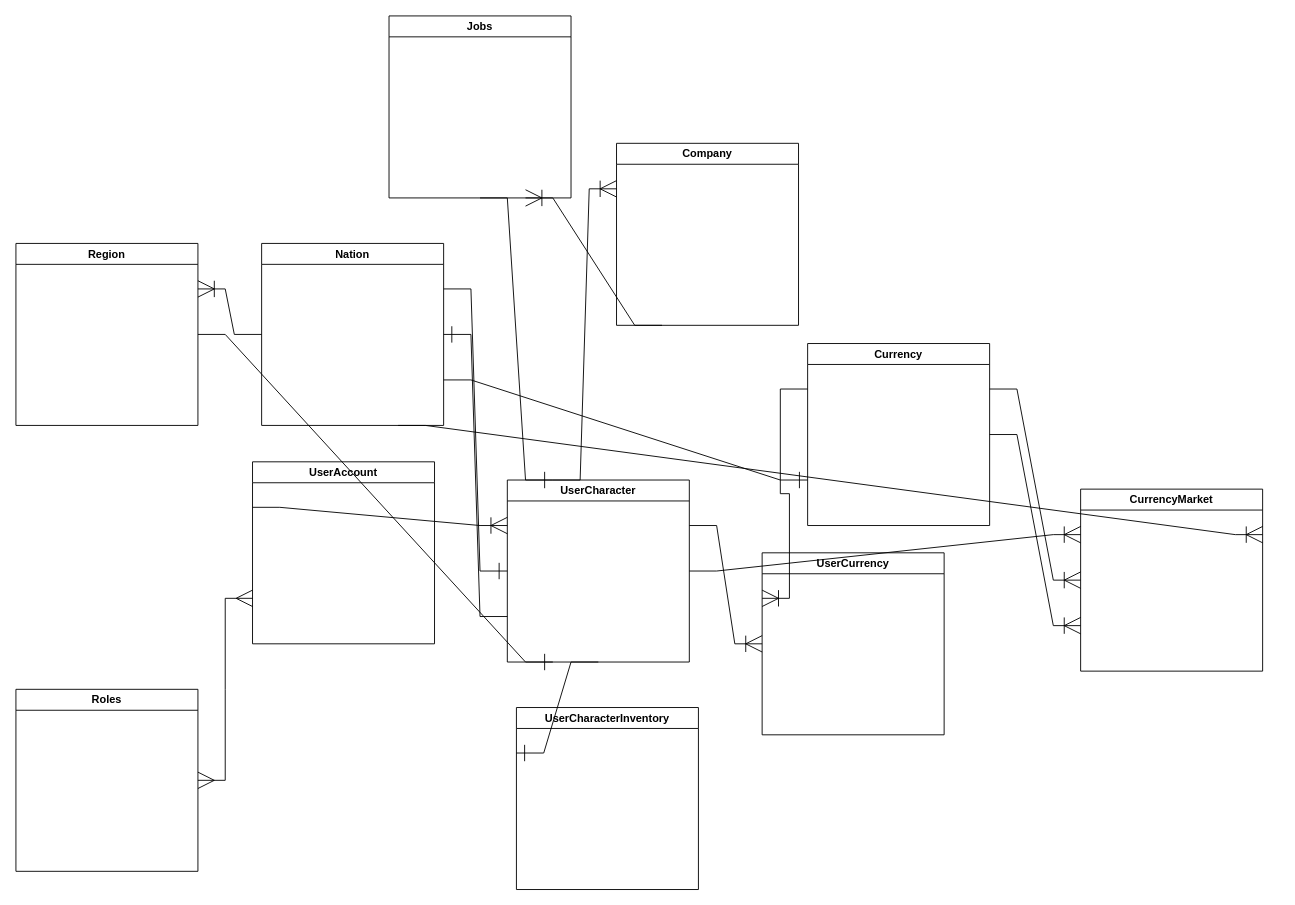
This is Docs/Database_scheme.drawio from lwaw/fantasy-sim-backend, a draw.io file, before an edit. Source tidied: cells renumbered, new cells numbered last; positions are measured from the earlier drawing's top-left corner, leaving out a move shared by most shapes. Both pictures are drawn from the tidied source at 91%, with x=0, y=0 at pixel (15, 15).
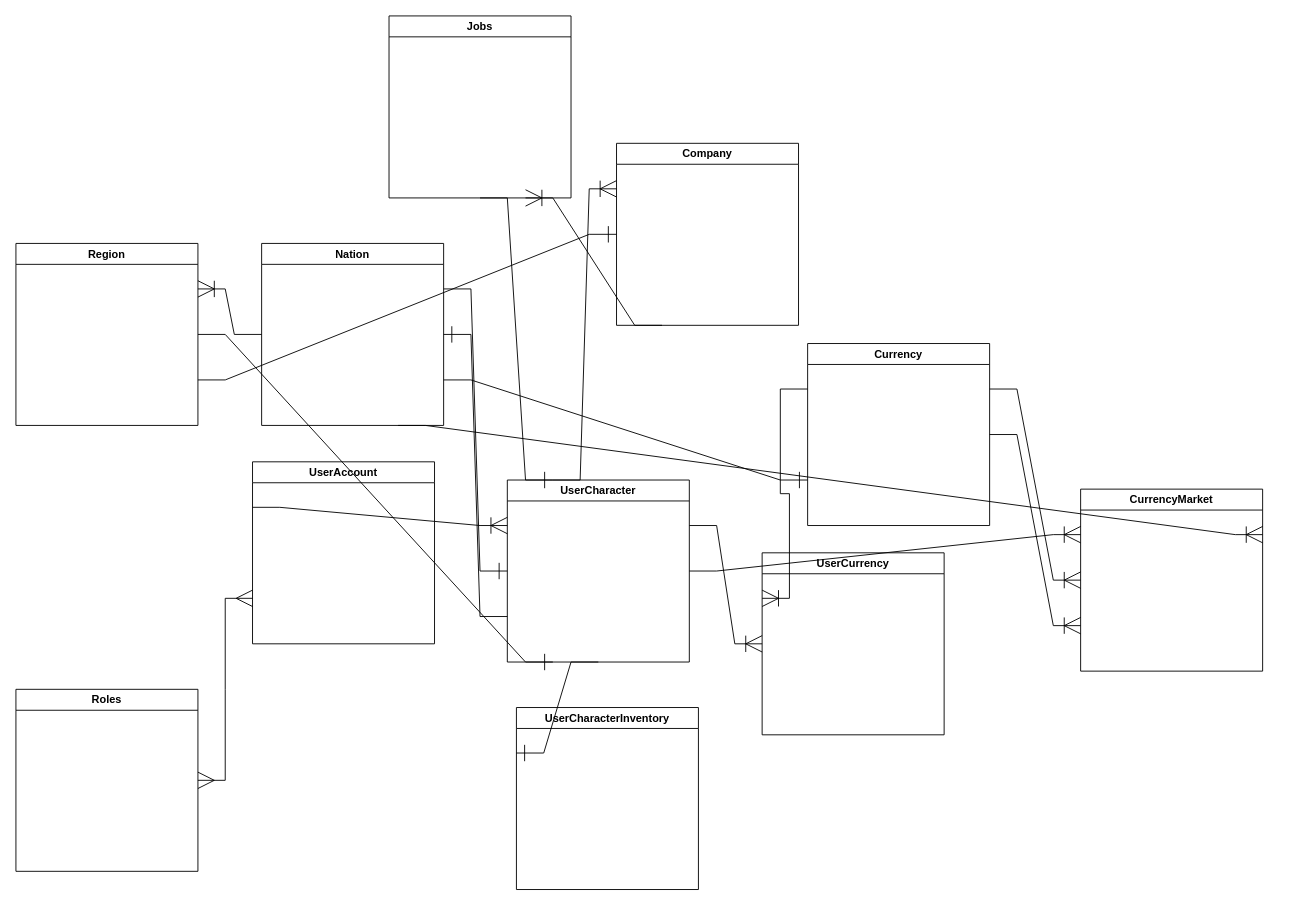
Above is the later version.

Unchanged cells that the change refers to:
```xml
<mxCell id="14" value="Region" style="swimlane;whiteSpace=wrap;html=1;" parent="1" vertex="1">
  <mxGeometry y="250" width="200" height="200" as="geometry" />
</mxCell>
<mxCell id="25" value="Company" style="swimlane;whiteSpace=wrap;html=1;" parent="1" vertex="1">
  <mxGeometry x="660" y="140" width="200" height="200" as="geometry" />
</mxCell>
```

The edit, as a diff of the source:
```diff
@@
+    <mxCell id="30" style="edgeStyle=entityRelationEdgeStyle;fontSize=12;html=1;endArrow=ERone;endFill=1;rounded=0;startSize=16;endSize=16;exitX=1;exitY=0.75;exitDx=0;exitDy=0;entryX=0;entryY=0.5;entryDx=0;entryDy=0;" parent="1" edge="1" source="14" target="25">
+      <mxGeometry x="-1" y="233" relative="1" as="geometry">
+        <mxPoint x="-230" y="193" as="offset" />
+      </mxGeometry>
+    </mxCell>
```
